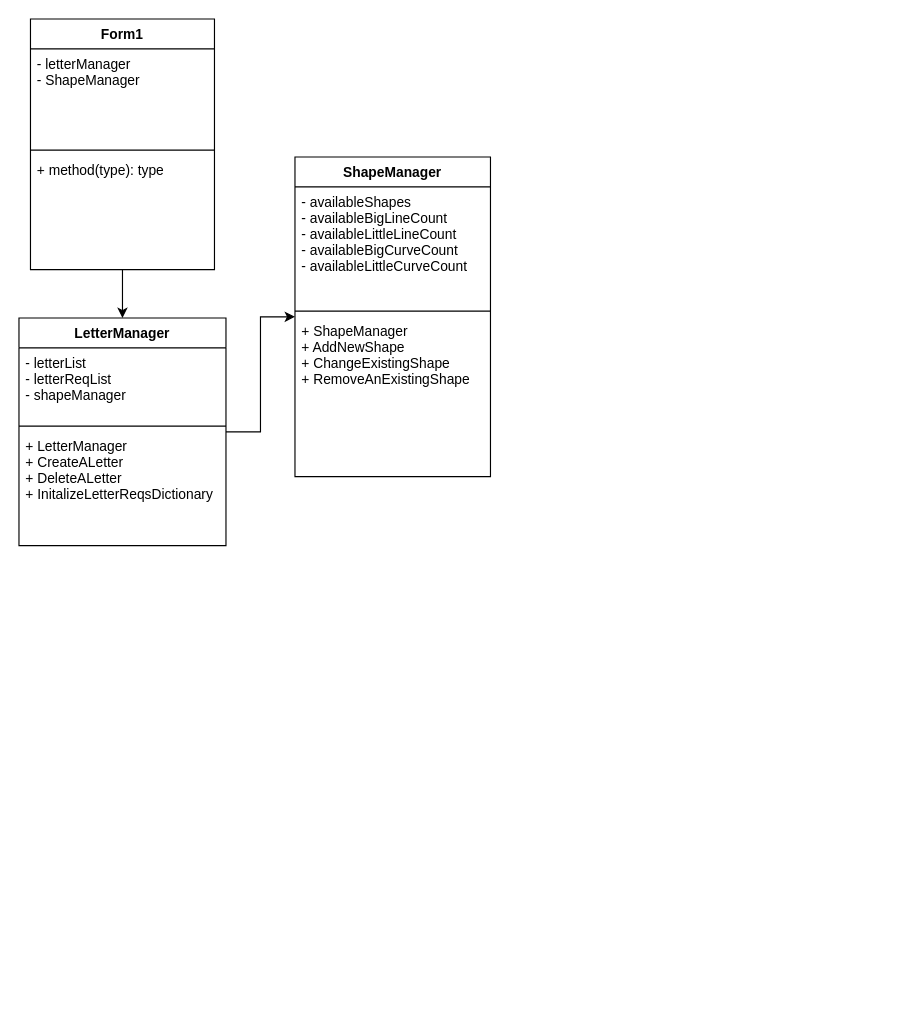
WyattCroucher3/ClassDiagramCptS321 keeps this draw.io diagram as Untitled Diagram.drawio. Above is the earlier version. Source tidied: cells renumbered, new cells numbered last; positions are measured from the earlier drawing's top-left corner, leaving out a move shared by most shapes. Both pictures are drawn from the tidied source at 115%, with x=0, y=0 at pixel (18, 18).
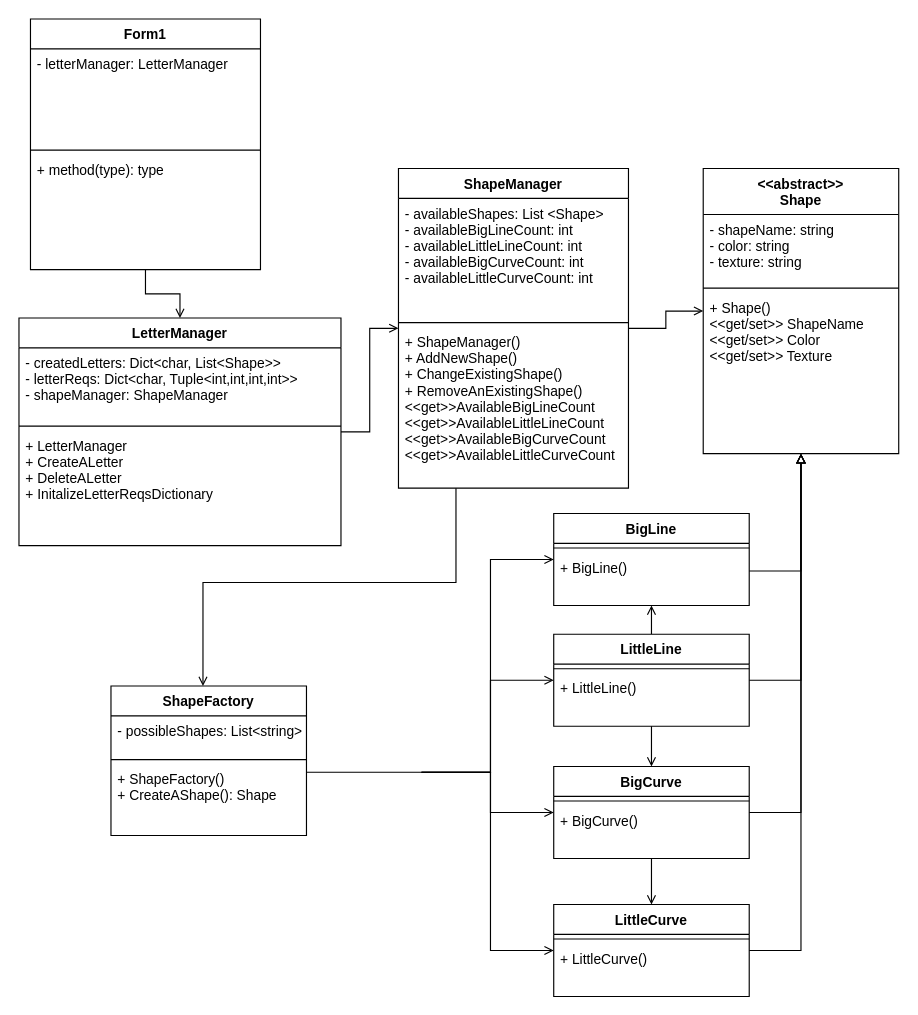
Above is the later version.

Diff of the diagram source:
```diff
@@
-    <mxCell id="2" style="edgeStyle=orthogonalEdgeStyle;rounded=0;jettySize=auto;html=1;" parent="1" edge="1" source="3" target="8">
+    <mxCell id="2" style="edgeStyle=orthogonalEdgeStyle;rounded=0;jettySize=auto;html=1;endArrow=open;endFill=0;" parent="1" edge="1" source="3" target="8">
       <mxGeometry relative="1" as="geometry" />
     </mxCell>
     <mxCell id="3" value="Form1" style="swimlane;fontStyle=1;align=center;verticalAlign=top;horizontal=1;startSize=26;" parent="1" vertex="1">
-      <mxGeometry x="10" width="160" height="218" as="geometry" />
+      <mxGeometry x="10" width="200" height="218" as="geometry" />
     </mxCell>
-    <mxCell id="4" value="- letterManager&#10;- ShapeManager&#10;" style="text;strokeColor=none;fillColor=none;align=left;verticalAlign=top;spacingLeft=4;spacingRight=4;overflow=hidden;" parent="3" vertex="1">
-      <mxGeometry y="26" width="160" height="84" as="geometry" />
+    <mxCell id="4" value="- letterManager: LetterManager&#10;" style="text;strokeColor=none;fillColor=none;align=left;verticalAlign=top;spacingLeft=4;spacingRight=4;overflow=hidden;" parent="3" vertex="1">
+      <mxGeometry y="26" width="200" height="84" as="geometry" />
     </mxCell>
     <mxCell id="5" style="line;strokeWidth=1;fillColor=none;align=left;verticalAlign=middle;spacingTop=-1;spacingLeft=3;spacingRight=3;labelPosition=right;strokeColor=inherit;" parent="3" vertex="1">
-      <mxGeometry y="110" width="160" height="8" as="geometry" />
+      <mxGeometry y="110" width="200" height="8" as="geometry" />
     </mxCell>
     <mxCell id="6" value="+ method(type): type" style="text;strokeColor=none;fillColor=none;align=left;verticalAlign=top;spacingLeft=4;spacingRight=4;overflow=hidden;" parent="3" vertex="1">
-      <mxGeometry y="118" width="160" height="100" as="geometry" />
+      <mxGeometry y="118" width="200" height="100" as="geometry" />
     </mxCell>
-    <mxCell id="7" style="edgeStyle=orthogonalEdgeStyle;rounded=0;jettySize=auto;html=1;" parent="1" edge="1" source="8" target="12">
+    <mxCell id="7" style="edgeStyle=orthogonalEdgeStyle;rounded=0;jettySize=auto;html=1;endArrow=open;endFill=0;" parent="1" edge="1" source="8" target="12">
       <mxGeometry relative="1" as="geometry" />
     </mxCell>
     <mxCell id="8" value="LetterManager" style="swimlane;fontStyle=1;align=center;verticalAlign=top;horizontal=1;startSize=26;" parent="1" vertex="1">
-      <mxGeometry y="260" width="180" height="198" as="geometry" />
+      <mxGeometry y="260" width="280" height="198" as="geometry" />
     </mxCell>
-    <mxCell id="9" value="- letterList&#10;- letterReqList&#10;- shapeManager" style="text;strokeColor=none;fillColor=none;align=left;verticalAlign=top;spacingLeft=4;spacingRight=4;overflow=hidden;" parent="8" vertex="1">
-      <mxGeometry y="26" width="180" height="64" as="geometry" />
+    <mxCell id="9" value="- createdLetters: Dict&lt;char, List&lt;Shape&gt;&gt;&#10;- letterReqs: Dict&lt;char, Tuple&lt;int,int,int,int&gt;&gt;&#10;- shapeManager: ShapeManager" style="text;strokeColor=none;fillColor=none;align=left;verticalAlign=top;spacingLeft=4;spacingRight=4;overflow=hidden;" parent="8" vertex="1">
+      <mxGeometry y="26" width="280" height="64" as="geometry" />
     </mxCell>
     <mxCell id="10" style="line;strokeWidth=1;fillColor=none;align=left;verticalAlign=middle;spacingTop=-1;spacingLeft=3;spacingRight=3;labelPosition=right;strokeColor=inherit;" parent="8" vertex="1">
-      <mxGeometry y="90" width="180" height="8" as="geometry" />
+      <mxGeometry y="90" width="280" height="8" as="geometry" />
     </mxCell>
     <mxCell id="11" value="+ LetterManager&#10;+ CreateALetter&#10;+ DeleteALetter&#10;+ InitalizeLetterReqsDictionary" style="text;strokeColor=none;fillColor=none;align=left;verticalAlign=top;spacingLeft=4;spacingRight=4;overflow=hidden;" parent="8" vertex="1">
-      <mxGeometry y="98" width="180" height="100" as="geometry" />
+      <mxGeometry y="98" width="280" height="100" as="geometry" />
     </mxCell>
+    <mxCell id="16" style="edgeStyle=orthogonalEdgeStyle;rounded=0;jettySize=auto;html=1;endArrow=open;endFill=0;" parent="1" edge="1" source="12" target="18">
+      <mxGeometry relative="1" as="geometry" />
+    </mxCell>
+    <mxCell id="17" style="edgeStyle=orthogonalEdgeStyle;rounded=0;jettySize=auto;html=1;endArrow=open;endFill=0;" parent="1" edge="1" source="12" target="26">
+      <mxGeometry relative="1" as="geometry">
+        <Array as="points">
+          <mxPoint x="380" y="490" />
+          <mxPoint x="160" y="490" />
+        </Array>
+      </mxGeometry>
+    </mxCell>
     <mxCell id="12" value="ShapeManager" style="swimlane;fontStyle=1;align=center;verticalAlign=top;horizontal=1;startSize=26;" parent="1" vertex="1">
-      <mxGeometry x="240" y="120" width="170" height="278" as="geometry" />
+      <mxGeometry x="330" y="130" width="200" height="278" as="geometry" />
     </mxCell>
-    <mxCell id="13" value="- availableShapes&#10;- availableBigLineCount&#10;- availableLittleLineCount&#10;- availableBigCurveCount&#10;- availableLittleCurveCount" style="text;strokeColor=none;fillColor=none;align=left;verticalAlign=top;spacingLeft=4;spacingRight=4;overflow=hidden;" parent="12" vertex="1">
-      <mxGeometry y="26" width="170" height="104" as="geometry" />
+    <mxCell id="13" value="- availableShapes: List &lt;Shape&gt;&#10;- availableBigLineCount: int&#10;- availableLittleLineCount: int&#10;- availableBigCurveCount: int&#10;- availableLittleCurveCount: int" style="text;strokeColor=none;fillColor=none;align=left;verticalAlign=top;spacingLeft=4;spacingRight=4;overflow=hidden;" parent="12" vertex="1">
+      <mxGeometry y="26" width="200" height="104" as="geometry" />
     </mxCell>
     <mxCell id="14" style="line;strokeWidth=1;fillColor=none;align=left;verticalAlign=middle;spacingTop=-1;spacingLeft=3;spacingRight=3;labelPosition=right;strokeColor=inherit;" parent="12" vertex="1">
-      <mxGeometry y="130" width="170" height="8" as="geometry" />
+      <mxGeometry y="130" width="200" height="8" as="geometry" />
     </mxCell>
-    <mxCell id="15" value="+ ShapeManager&#10;+ AddNewShape&#10;+ ChangeExistingShape&#10;+ RemoveAnExistingShape" style="text;strokeColor=none;fillColor=none;align=left;verticalAlign=top;spacingLeft=4;spacingRight=4;overflow=hidden;" parent="12" vertex="1">
-      <mxGeometry y="138" width="170" height="140" as="geometry" />
+    <mxCell id="15" value="+ ShapeManager()&#10;+ AddNewShape()&#10;+ ChangeExistingShape()&#10;+ RemoveAnExistingShape()&#10;&lt;&lt;get&gt;&gt;AvailableBigLineCount&#10;&lt;&lt;get&gt;&gt;AvailableLittleLineCount&#10;&lt;&lt;get&gt;&gt;AvailableBigCurveCount&#10;&lt;&lt;get&gt;&gt;AvailableLittleCurveCount" style="text;strokeColor=none;fillColor=none;align=left;verticalAlign=top;spacingLeft=4;spacingRight=4;overflow=hidden;" parent="12" vertex="1">
+      <mxGeometry y="138" width="200" height="140" as="geometry" />
     </mxCell>
+    <mxCell id="18" value="&lt;&lt;abstract&gt;&gt;&#10;Shape" style="swimlane;fontStyle=1;align=center;verticalAlign=top;horizontal=1;startSize=40;" parent="1" vertex="1">
+      <mxGeometry x="595" y="130" width="170" height="248" as="geometry" />
+    </mxCell>
+    <mxCell id="19" value="- shapeName: string&#10;- color: string&#10;- texture: string" style="text;strokeColor=none;fillColor=none;align=left;verticalAlign=top;spacingLeft=4;spacingRight=4;overflow=hidden;" parent="18" vertex="1">
+      <mxGeometry y="40" width="170" height="60" as="geometry" />
+    </mxCell>
+    <mxCell id="20" style="line;strokeWidth=1;fillColor=none;align=left;verticalAlign=middle;spacingTop=-1;spacingLeft=3;spacingRight=3;labelPosition=right;strokeColor=inherit;" parent="18" vertex="1">
+      <mxGeometry y="100" width="170" height="8" as="geometry" />
+    </mxCell>
+    <mxCell id="21" value="+ Shape()&#10;&lt;&lt;get/set&gt;&gt; ShapeName&#10;&lt;&lt;get/set&gt;&gt; Color&#10;&lt;&lt;get/set&gt;&gt; Texture" style="text;strokeColor=none;fillColor=none;align=left;verticalAlign=top;spacingLeft=4;spacingRight=4;overflow=hidden;" parent="18" vertex="1">
+      <mxGeometry y="108" width="170" height="140" as="geometry" />
+    </mxCell>
+    <mxCell id="22" style="edgeStyle=orthogonalEdgeStyle;rounded=0;jettySize=auto;html=1;endArrow=open;endFill=0;" parent="1" edge="1" target="33">
+      <mxGeometry relative="1" as="geometry">
+        <mxPoint x="350" y="655" as="sourcePoint" />
+        <Array as="points">
+          <mxPoint x="410" y="655" />
+          <mxPoint x="410" y="575" />
+        </Array>
+      </mxGeometry>
+    </mxCell>
+    <mxCell id="23" style="edgeStyle=orthogonalEdgeStyle;rounded=0;jettySize=auto;html=1;endArrow=open;endFill=0;" parent="1" edge="1" target="38">
+      <mxGeometry relative="1" as="geometry">
+        <mxPoint x="350" y="655" as="sourcePoint" />
+        <Array as="points">
+          <mxPoint x="410" y="655" />
+          <mxPoint x="410" y="690" />
+        </Array>
+      </mxGeometry>
+    </mxCell>
+    <mxCell id="24" style="edgeStyle=orthogonalEdgeStyle;rounded=0;jettySize=auto;html=1;endArrow=open;endFill=0;" parent="1" edge="1" target="42">
+      <mxGeometry relative="1" as="geometry">
+        <mxPoint x="350" y="655" as="sourcePoint" />
+        <Array as="points">
+          <mxPoint x="410" y="655" />
+          <mxPoint x="410" y="810" />
+        </Array>
+      </mxGeometry>
+    </mxCell>
+    <mxCell id="25" style="edgeStyle=orthogonalEdgeStyle;rounded=0;jettySize=auto;html=1;endArrow=open;endFill=0;" parent="1" edge="1" source="26" target="46">
+      <mxGeometry relative="1" as="geometry">
+        <Array as="points">
+          <mxPoint x="410" y="655" />
+          <mxPoint x="410" y="470" />
+        </Array>
+      </mxGeometry>
+    </mxCell>
+    <mxCell id="26" value="ShapeFactory" style="swimlane;fontStyle=1;align=center;verticalAlign=top;horizontal=1;startSize=26;" parent="1" vertex="1">
+      <mxGeometry x="80" y="580" width="170" height="130" as="geometry" />
+    </mxCell>
+    <mxCell id="27" value="- possibleShapes: List&lt;string&gt;" style="text;strokeColor=none;fillColor=none;align=left;verticalAlign=top;spacingLeft=4;spacingRight=4;overflow=hidden;" parent="26" vertex="1">
+      <mxGeometry y="26" width="170" height="34" as="geometry" />
+    </mxCell>
+    <mxCell id="28" style="line;strokeWidth=1;fillColor=none;align=left;verticalAlign=middle;spacingTop=-1;spacingLeft=3;spacingRight=3;labelPosition=right;strokeColor=inherit;" parent="26" vertex="1">
+      <mxGeometry y="60" width="170" height="8" as="geometry" />
+    </mxCell>
+    <mxCell id="29" value="+ ShapeFactory()&#10;+ CreateAShape(): Shape" style="text;strokeColor=none;fillColor=none;align=left;verticalAlign=top;spacingLeft=4;spacingRight=4;overflow=hidden;" parent="26" vertex="1">
+      <mxGeometry y="68" width="170" height="62" as="geometry" />
+    </mxCell>
+    <mxCell id="30" style="edgeStyle=orthogonalEdgeStyle;rounded=0;jettySize=auto;html=1;endArrow=open;endFill=0;" parent="1" edge="1" source="33" target="38">
+      <mxGeometry relative="1" as="geometry" />
+    </mxCell>
+    <mxCell id="31" style="edgeStyle=orthogonalEdgeStyle;rounded=0;jettySize=auto;html=1;endArrow=open;endFill=0;" parent="1" edge="1" source="33" target="46">
+      <mxGeometry relative="1" as="geometry" />
+    </mxCell>
+    <mxCell id="32" style="edgeStyle=orthogonalEdgeStyle;rounded=0;jettySize=auto;html=1;endArrow=block;endFill=0;" parent="1" edge="1" source="33" target="18">
+      <mxGeometry relative="1" as="geometry">
+        <Array as="points">
+          <mxPoint x="680" y="575" />
+        </Array>
+      </mxGeometry>
+    </mxCell>
+    <mxCell id="33" value="LittleLine" style="swimlane;fontStyle=1;align=center;verticalAlign=top;horizontal=1;startSize=26;" parent="1" vertex="1">
+      <mxGeometry x="465" y="535" width="170" height="80" as="geometry" />
+    </mxCell>
+    <mxCell id="34" style="line;strokeWidth=1;fillColor=none;align=left;verticalAlign=middle;spacingTop=-1;spacingLeft=3;spacingRight=3;labelPosition=right;strokeColor=inherit;" parent="33" vertex="1">
+      <mxGeometry y="26" width="170" height="8" as="geometry" />
+    </mxCell>
+    <mxCell id="35" value="+ LittleLine()" style="text;strokeColor=none;fillColor=none;align=left;verticalAlign=top;spacingLeft=4;spacingRight=4;overflow=hidden;" parent="33" vertex="1">
+      <mxGeometry y="34" width="170" height="46" as="geometry" />
+    </mxCell>
+    <mxCell id="36" style="edgeStyle=orthogonalEdgeStyle;rounded=0;jettySize=auto;html=1;endArrow=open;endFill=0;" parent="1" edge="1" source="38" target="42">
+      <mxGeometry relative="1" as="geometry" />
+    </mxCell>
+    <mxCell id="37" style="edgeStyle=orthogonalEdgeStyle;rounded=0;jettySize=auto;html=1;endArrow=block;endFill=0;" parent="1" edge="1" source="38" target="18">
+      <mxGeometry relative="1" as="geometry">
+        <Array as="points">
+          <mxPoint x="680" y="690" />
+        </Array>
+      </mxGeometry>
+    </mxCell>
+    <mxCell id="38" value="BigCurve" style="swimlane;fontStyle=1;align=center;verticalAlign=top;horizontal=1;startSize=26;" parent="1" vertex="1">
+      <mxGeometry x="465" y="650" width="170" height="80" as="geometry" />
+    </mxCell>
+    <mxCell id="39" style="line;strokeWidth=1;fillColor=none;align=left;verticalAlign=middle;spacingTop=-1;spacingLeft=3;spacingRight=3;labelPosition=right;strokeColor=inherit;" parent="38" vertex="1">
+      <mxGeometry y="26" width="170" height="8" as="geometry" />
+    </mxCell>
+    <mxCell id="40" value="+ BigCurve()" style="text;strokeColor=none;fillColor=none;align=left;verticalAlign=top;spacingLeft=4;spacingRight=4;overflow=hidden;" parent="38" vertex="1">
+      <mxGeometry y="34" width="170" height="46" as="geometry" />
+    </mxCell>
+    <mxCell id="41" style="edgeStyle=orthogonalEdgeStyle;rounded=0;jettySize=auto;html=1;endArrow=block;endFill=0;" parent="1" edge="1" source="42" target="18">
+      <mxGeometry relative="1" as="geometry">
+        <Array as="points">
+          <mxPoint x="680" y="810" />
+        </Array>
+      </mxGeometry>
+    </mxCell>
+    <mxCell id="42" value="LittleCurve" style="swimlane;fontStyle=1;align=center;verticalAlign=top;horizontal=1;startSize=26;" parent="1" vertex="1">
+      <mxGeometry x="465" y="770" width="170" height="80" as="geometry" />
+    </mxCell>
+    <mxCell id="43" style="line;strokeWidth=1;fillColor=none;align=left;verticalAlign=middle;spacingTop=-1;spacingLeft=3;spacingRight=3;labelPosition=right;strokeColor=inherit;" parent="42" vertex="1">
+      <mxGeometry y="26" width="170" height="8" as="geometry" />
+    </mxCell>
+    <mxCell id="44" value="+ LittleCurve()" style="text;strokeColor=none;fillColor=none;align=left;verticalAlign=top;spacingLeft=4;spacingRight=4;overflow=hidden;" parent="42" vertex="1">
+      <mxGeometry y="34" width="170" height="46" as="geometry" />
+    </mxCell>
+    <mxCell id="45" style="edgeStyle=orthogonalEdgeStyle;rounded=0;jettySize=auto;html=1;endArrow=block;endFill=0;" parent="1" edge="1" source="46" target="18">
+      <mxGeometry relative="1" as="geometry">
+        <Array as="points">
+          <mxPoint x="680" y="480" />
+        </Array>
+      </mxGeometry>
+    </mxCell>
+    <mxCell id="46" value="BigLine" style="swimlane;fontStyle=1;align=center;verticalAlign=top;horizontal=1;startSize=26;" parent="1" vertex="1">
+      <mxGeometry x="465" y="430" width="170" height="80" as="geometry" />
+    </mxCell>
+    <mxCell id="47" style="line;strokeWidth=1;fillColor=none;align=left;verticalAlign=middle;spacingTop=-1;spacingLeft=3;spacingRight=3;labelPosition=right;strokeColor=inherit;" parent="46" vertex="1">
+      <mxGeometry y="26" width="170" height="8" as="geometry" />
+    </mxCell>
+    <mxCell id="48" value="+ BigLine()" style="text;strokeColor=none;fillColor=none;align=left;verticalAlign=top;spacingLeft=4;spacingRight=4;overflow=hidden;" parent="46" vertex="1">
+      <mxGeometry y="34" width="170" height="46" as="geometry" />
+    </mxCell>
```
